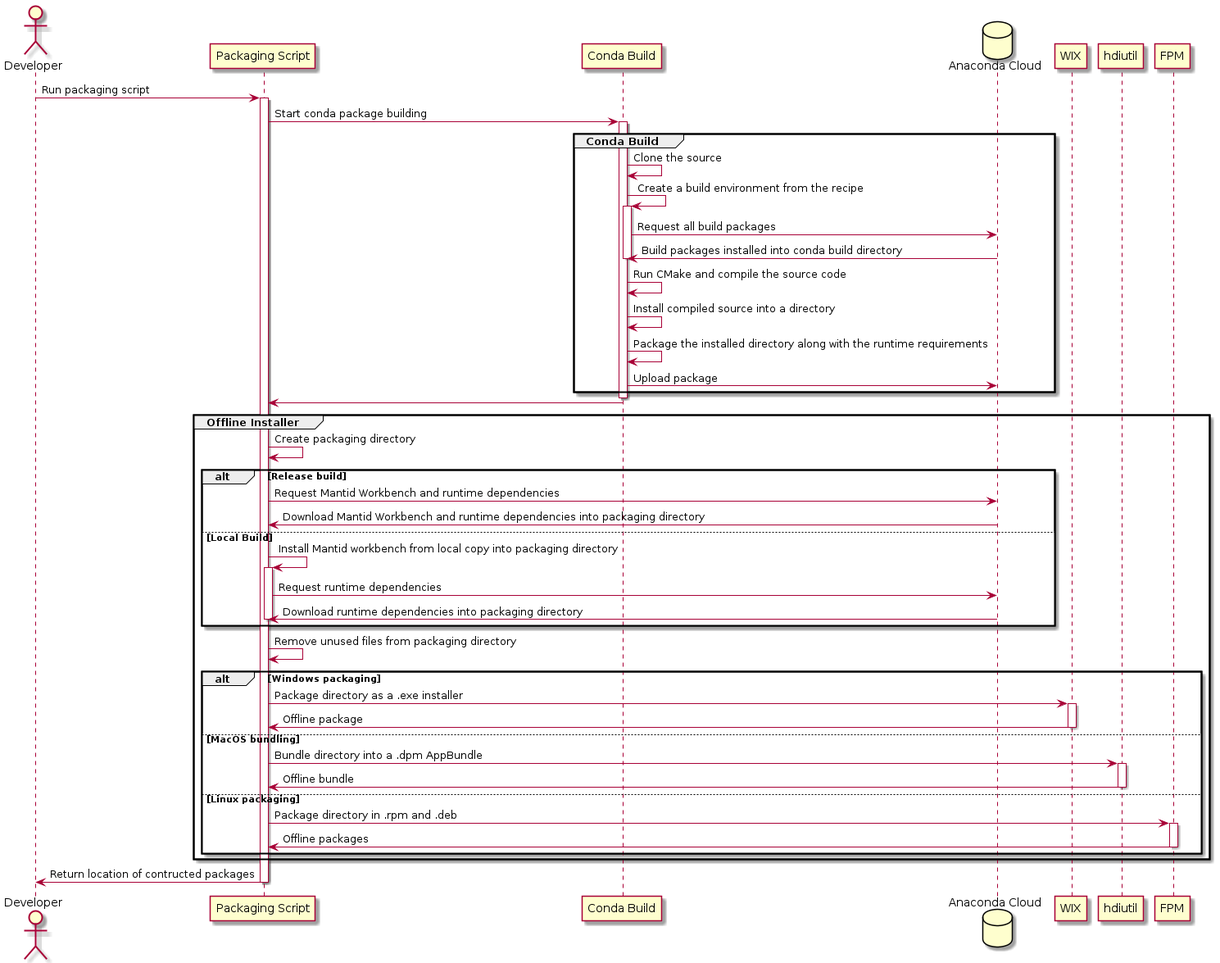
This is Design/Packaging/packaging_plan_diagram.png from mantidproject/documents, a PlantUML export, as it was before one commit. The source it was exported from:
```plantuml
@startuml packaging_plan_diagram

actor Developer
participant "Packaging Script"
participant "Conda Build"
database "Anaconda Cloud"
participant "WIX"
participant "hdiutil"
participant "FPM"

Developer -> "Packaging Script": Run packaging script
activate "Packaging Script"

"Packaging Script" -> "Conda Build": Start conda package building
activate "Conda Build"

group Conda Build
"Conda Build" -> "Conda Build": Clone the source
"Conda Build" -> "Conda Build": Create a build environment from the recipe
activate "Conda Build"
"Conda Build" -> "Anaconda Cloud": Request all build packages
"Anaconda Cloud" -> "Conda Build": Build packages installed into conda build directory
deactivate "Conda Build"
"Conda Build" -> "Conda Build": Run CMake and compile the source code
"Conda Build" -> "Conda Build": Install compiled source into a directory
"Conda Build" -> "Conda Build": Package the installed directory along with the runtime requirements
"Conda Build" -> "Anaconda Cloud": Upload package
end

deactivate "Conda Build"
"Conda Build" -> "Packaging Script"

group Offline Installer
"Packaging Script" -> "Packaging Script": Create packaging directory

    alt Release build
        "Packaging Script" -> "Anaconda Cloud": Request Mantid Workbench and runtime dependencies
        "Anaconda Cloud" -> "Packaging Script": Download Mantid Workbench and runtime dependencies into packaging directory
    else Local Build
        "Packaging Script" -> "Packaging Script": Install Mantid workbench from local copy into packaging directory
        activate "Packaging Script"
        "Packaging Script" -> "Anaconda Cloud": Request runtime dependencies
        "Anaconda Cloud" -> "Packaging Script": Download runtime dependencies into packaging directory
        deactivate "Packaging Script"
    end

"Packaging Script" -> "Packaging Script": Remove unused files from packaging directory
    alt Windows packaging
        "Packaging Script" -> WIX: Package directory as a .exe installer
        activate WIX
        WIX -> "Packaging Script": Offline package
        deactivate WIX
    else MacOS bundling
        "Packaging Script" -> hdiutil: Bundle directory into a .dpm AppBundle
        activate hdiutil
        hdiutil -> "Packaging Script": Offline bundle
        deactivate hdiutil
    else Linux packaging
        "Packaging Script" -> FPM: Package directory in .rpm and .deb
        activate FPM
        FPM -> "Packaging Script": Offline packages
        deactivate FPM
    end
end

"Packaging Script" -> Developer: Return location of contructed packages
deactivate "Packaging Script"

@enduml
```
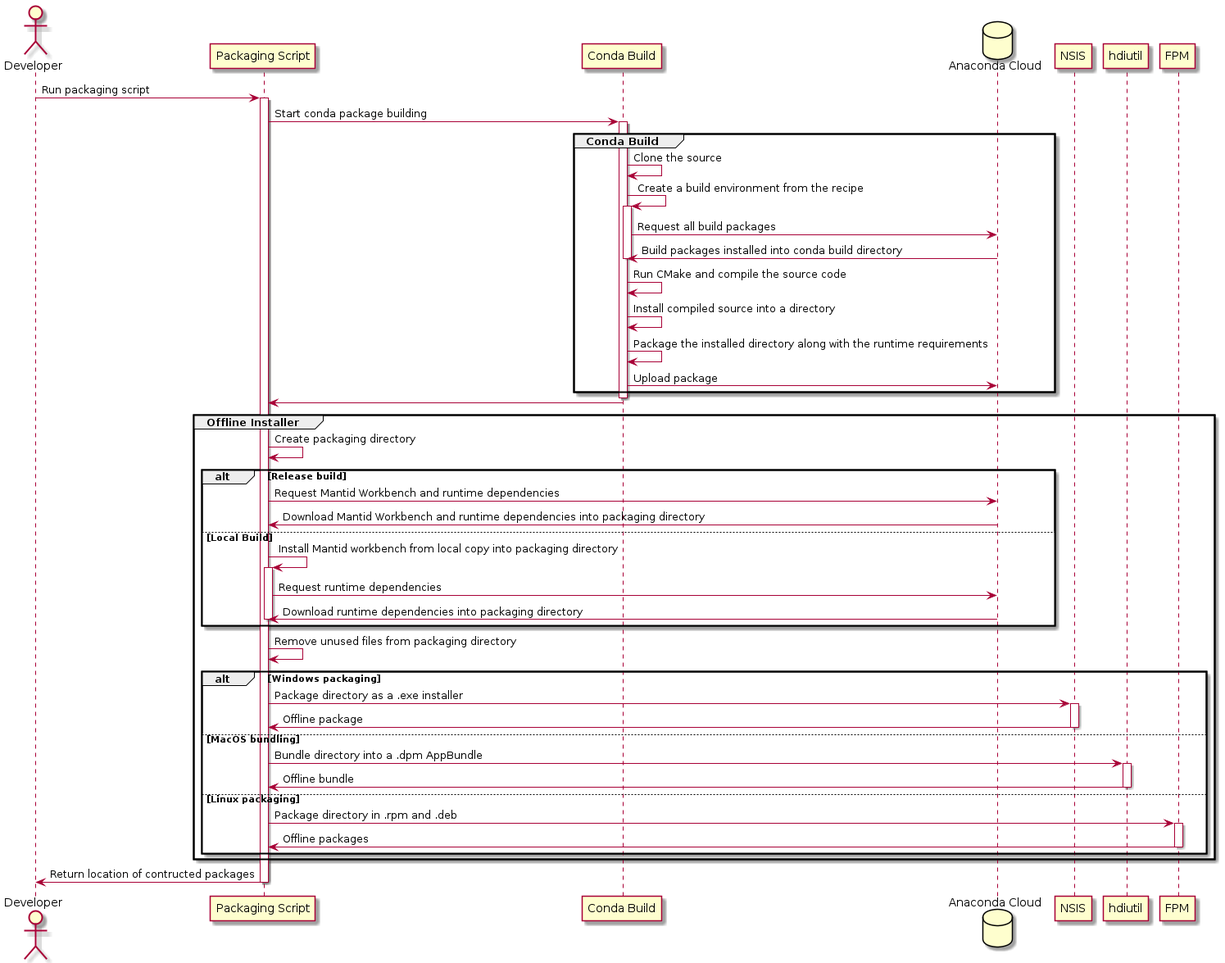
After the commit.

Commit message:
Update to reiterate NSIS over WIX being chosen

The edit, as a diff of the source:
```diff
@@ -4,7 +4,7 @@
 participant "Packaging Script"
 participant "Conda Build"
 database "Anaconda Cloud"
-participant "WIX"
+participant "NSIS"
 participant "hdiutil"
 participant "FPM"
 
@@ -46,10 +46,10 @@
 
 "Packaging Script" -> "Packaging Script": Remove unused files from packaging directory
     alt Windows packaging
-        "Packaging Script" -> WIX: Package directory as a .exe installer
-        activate WIX
-        WIX -> "Packaging Script": Offline package
-        deactivate WIX
+        "Packaging Script" -> NSIS: Package directory as a .exe installer
+        activate NSIS
+        NSIS -> "Packaging Script": Offline package
+        deactivate NSIS
     else MacOS bundling
         "Packaging Script" -> hdiutil: Bundle directory into a .dpm AppBundle
         activate hdiutil
```
